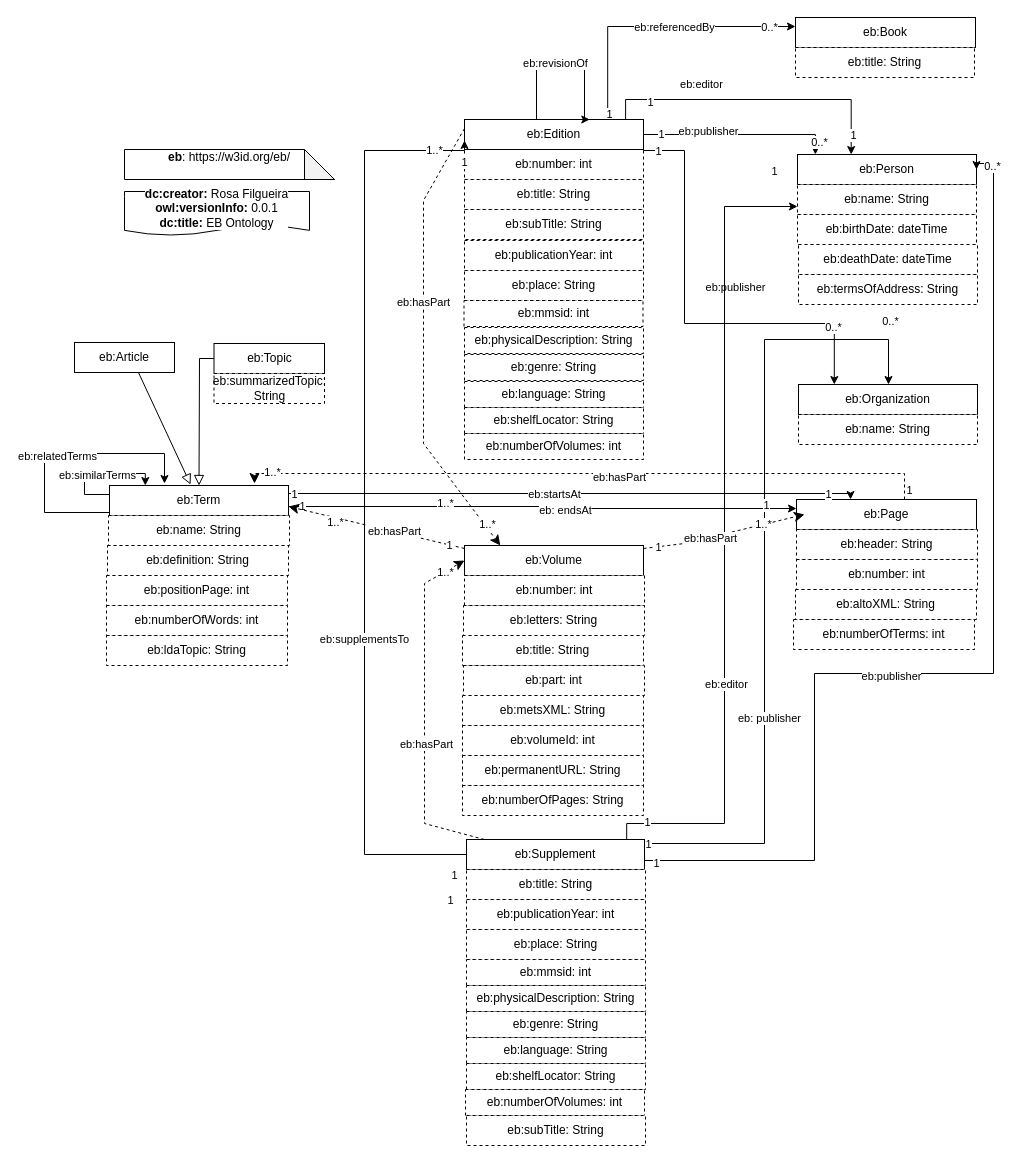
The draw.io diagram eb.drawio in francesNLP/EB-ontology, before the edit. Source tidied: cells renumbered, new cells numbered last; positions are measured from the earlier drawing's top-left corner, leaving out a move shared by most shapes. Both pictures are drawn from the tidied source at 100%, with x=0, y=0 at pixel (44, 17).
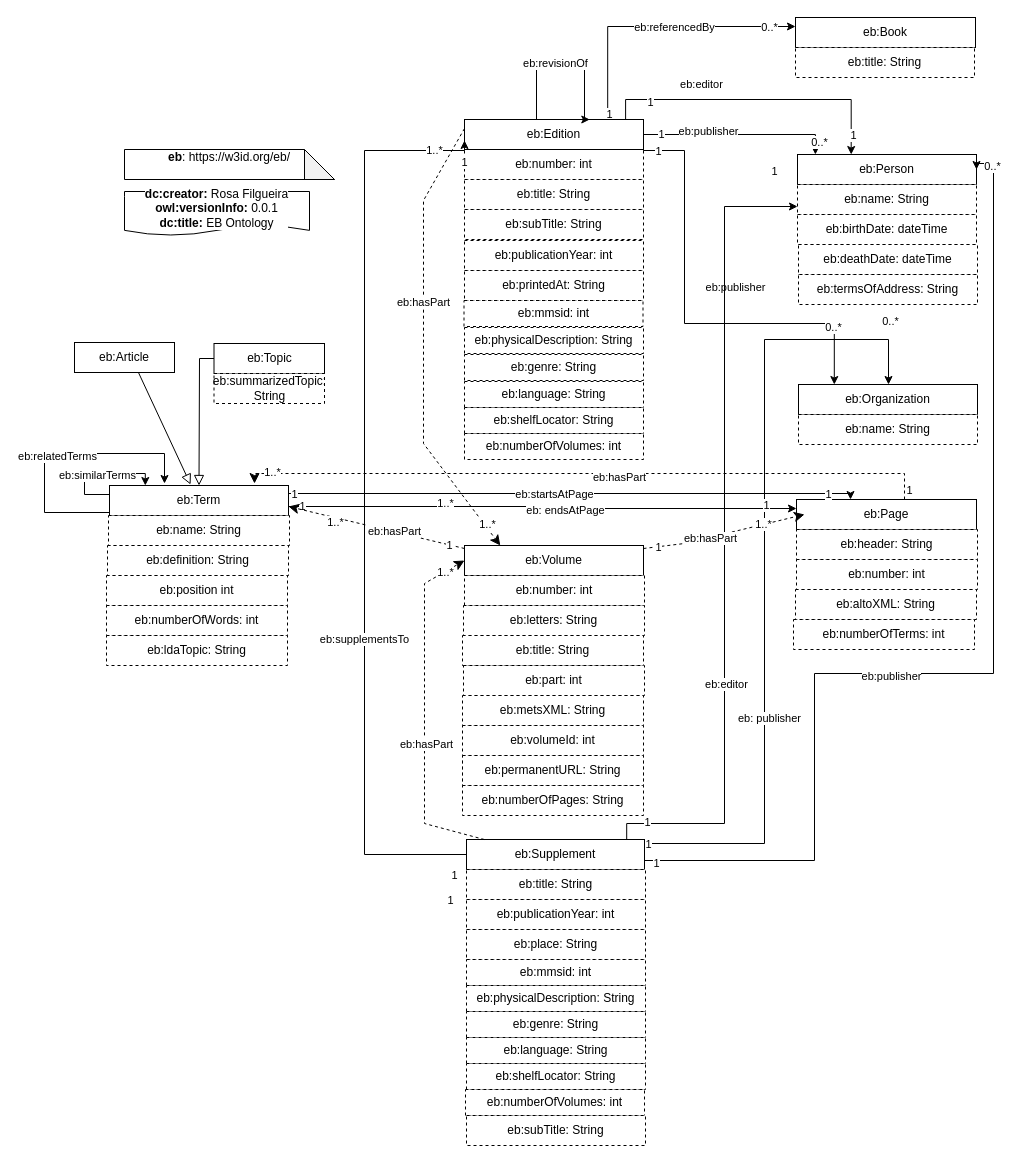
The same page after the edit.

Unchanged cells that the change refers to:
```xml
<mxCell id="73" style="edgeStyle=orthogonalEdgeStyle;rounded=0;jettySize=auto;html=1;exitX=1;exitY=0.5;exitDx=0;exitDy=0;entryX=0.3;entryY=0;entryDx=0;entryDy=0;" parent="1" edge="1" source="83" target="38">
  <mxGeometry relative="1" as="geometry">
    <Array as="points">
      <mxPoint x="244" y="476" />
      <mxPoint x="806" y="476" />
    </Array>
  </mxGeometry>
</mxCell>
<mxCell id="77" style="edgeStyle=orthogonalEdgeStyle;rounded=0;jettySize=auto;html=1;exitX=1;exitY=0.7;exitDx=0;exitDy=0;entryX=0;entryY=0.3;entryDx=0;entryDy=0;" parent="1" edge="1" source="83" target="38">
  <mxGeometry relative="1" as="geometry" />
</mxCell>
```

Change to the diagram source:
```diff
@@
-    <mxCell id="23" value="eb:place: String" style="rounded=0;whiteSpace=wrap;html=1;dashed=1;" parent="1" vertex="1">
+    <mxCell id="23" value="eb:printedAt: String" style="rounded=0;whiteSpace=wrap;html=1;dashed=1;" parent="1" vertex="1">
       <mxGeometry x="420" y="253" width="179" height="30" as="geometry" />
     </mxCell>
@@
-    <mxCell id="74" value="eb:startsAt" style="edgeLabel;html=1;align=center;verticalAlign=middle;" parent="73" vertex="1">
+    <mxCell id="74" value="eb:startsAtPage" style="edgeLabel;html=1;align=center;verticalAlign=middle;" parent="73" vertex="1">
       <mxGeometry x="0.03" y="2" relative="1" as="geometry">
         <mxPoint x="-24" y="2" as="offset" />
       </mxGeometry>
     </mxCell>
@@
-    <mxCell id="78" value="eb: endsAt" style="edgeLabel;html=1;align=center;verticalAlign=middle;" parent="77" vertex="1">
+    <mxCell id="78" value="eb: endsAtPage" style="edgeLabel;html=1;align=center;verticalAlign=middle;" parent="77" vertex="1">
       <mxGeometry x="0.09" y="-1" relative="1" as="geometry" />
     </mxCell>
@@
-    <mxCell id="86" value="eb:positionPage: int" style="rounded=0;whiteSpace=wrap;html=1;dashed=1;" parent="1" vertex="1">
+    <mxCell id="86" value="eb:position int" style="rounded=0;whiteSpace=wrap;html=1;dashed=1;" parent="1" vertex="1">
       <mxGeometry x="62" y="558" width="181" height="30" as="geometry" />
     </mxCell>
```
